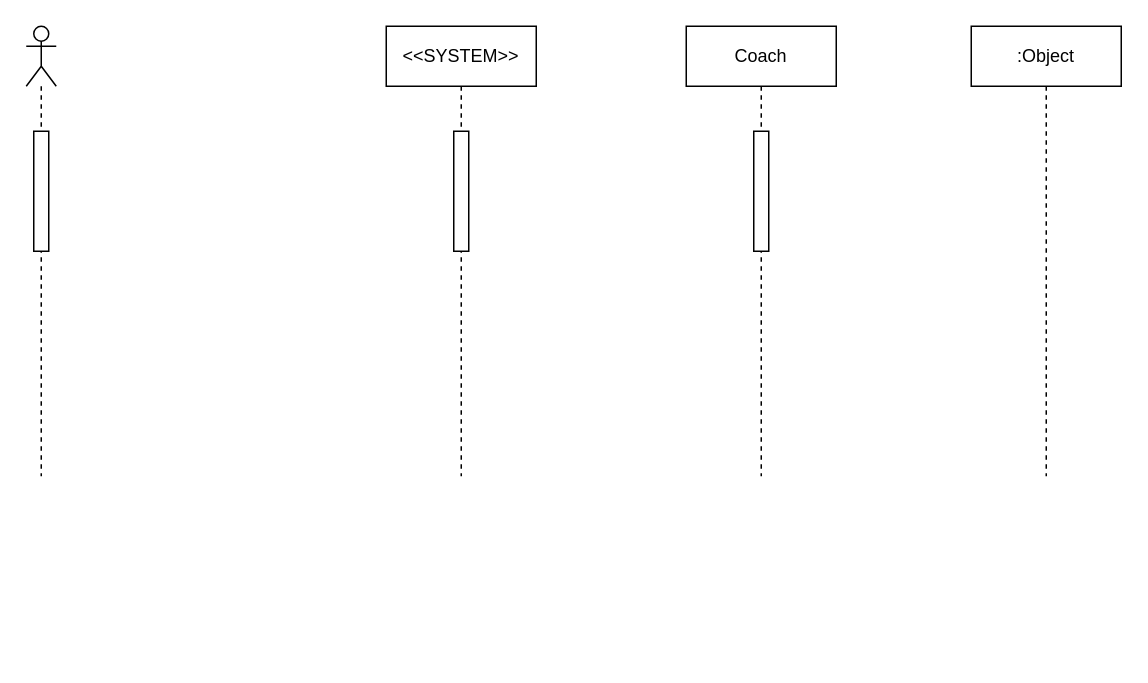
Before: Behavioral Modeling/RequestForProgram_Coach Sequence diagram.drawio in mmohajer9/sama-online-coaching-system, a draw.io diagram. Source tidied: cells renumbered, new cells numbered last; positions are measured from the earlier drawing's top-left corner, leaving out a move shared by most shapes. Both pictures are drawn from the tidied source at 150%, with x=0, y=0 at pixel (26, 26).
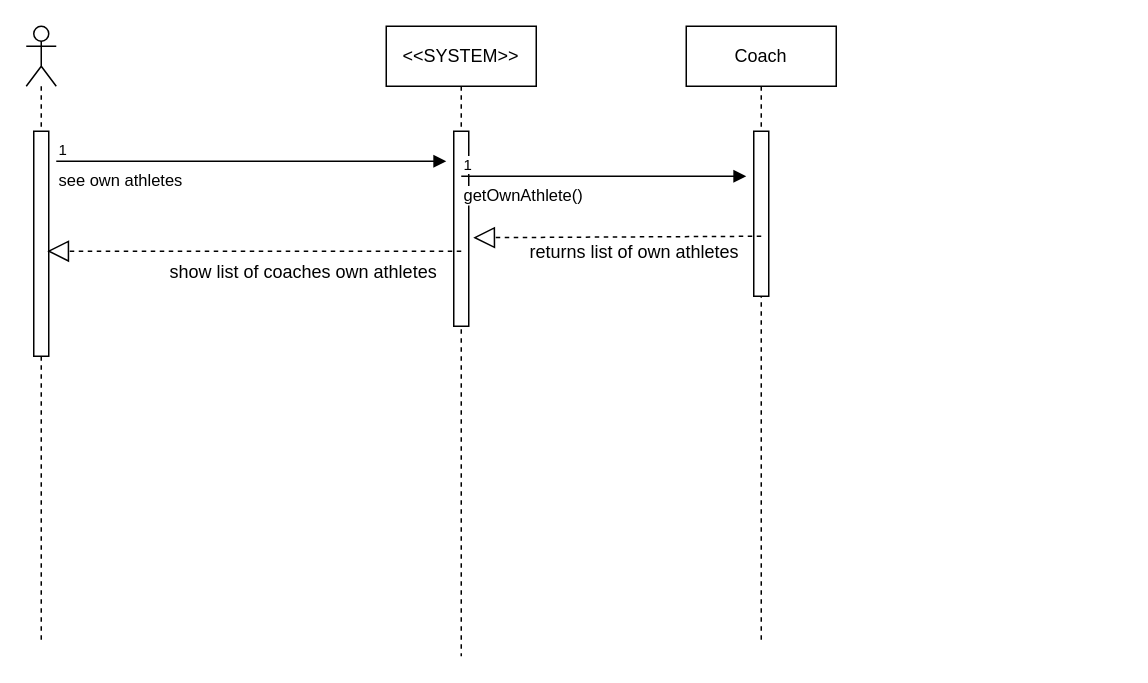
Above is the later version.

What changed in the source:
```diff
@@
 <mxGraphModel>
   <root>
     <mxCell id="0" />
     <mxCell id="1" parent="0" />
     <mxCell id="2" style="shape=umlLifeline;participant=umlActor;perimeter=lifelinePerimeter;whiteSpace=wrap;html=1;verticalAlign=top;spacingTop=36;labelBackgroundColor=#ffffff;" parent="1" vertex="1">
-      <mxGeometry width="20" height="300" as="geometry" />
+      <mxGeometry width="20" height="410" as="geometry" />
     </mxCell>
     <mxCell id="3" style="html=1;points=[];perimeter=orthogonalPerimeter;" parent="2" vertex="1">
-      <mxGeometry x="5" y="70" width="10" height="80" as="geometry" />
+      <mxGeometry x="5" y="70" width="10" height="150" as="geometry" />
     </mxCell>
     <mxCell id="4" value="&amp;lt;&amp;lt;SYSTEM&amp;gt;&amp;gt;" style="shape=umlLifeline;perimeter=lifelinePerimeter;whiteSpace=wrap;html=1;" parent="1" vertex="1">
-      <mxGeometry x="240" width="100" height="300" as="geometry" />
+      <mxGeometry x="240" width="100" height="420" as="geometry" />
     </mxCell>
     <mxCell id="5" style="html=1;points=[];perimeter=orthogonalPerimeter;" parent="4" vertex="1">
-      <mxGeometry x="45" y="70" width="10" height="80" as="geometry" />
+      <mxGeometry x="45" y="70" width="10" height="130" as="geometry" />
     </mxCell>
     <mxCell id="6" value="Coach" style="shape=umlLifeline;perimeter=lifelinePerimeter;whiteSpace=wrap;html=1;" parent="1" vertex="1">
-      <mxGeometry x="440" width="100" height="300" as="geometry" />
+      <mxGeometry x="440" width="100" height="410" as="geometry" />
     </mxCell>
     <mxCell id="7" style="html=1;perimeter=orthogonalPerimeter;" parent="6" vertex="1">
-      <mxGeometry x="45" y="70" width="10" height="80" as="geometry" />
+      <mxGeometry x="45" y="70" width="10" height="110" as="geometry" />
     </mxCell>
-    <mxCell id="8" value=":Object" style="shape=umlLifeline;perimeter=lifelinePerimeter;whiteSpace=wrap;html=1;" parent="1" vertex="1">
-      <mxGeometry x="630" width="100" height="300" as="geometry" />
-    </mxCell>
+    <mxCell id="9" value="see own athletes" style="endArrow=block;endFill=1;html=1;edgeStyle=orthogonalEdgeStyle;align=left;verticalAlign=top;" parent="1" edge="1">
+      <mxGeometry x="-1" relative="1" as="geometry">
+        <mxPoint x="20" y="90" as="sourcePoint" />
+        <mxPoint x="280" y="90" as="targetPoint" />
+      </mxGeometry>
+    </mxCell>
+    <mxCell id="10" value="1" style="html=1;align=left;verticalAlign=bottom;labelBackgroundColor=#ffffff;fontSize=10;" parent="9" vertex="1">
+      <mxGeometry x="-1" relative="1" as="geometry" />
+    </mxCell>
+    <mxCell id="11" value="getOwnAthlete()" style="endArrow=block;endFill=1;html=1;edgeStyle=orthogonalEdgeStyle;align=left;verticalAlign=top;" parent="1" edge="1">
+      <mxGeometry x="-1" relative="1" as="geometry">
+        <mxPoint x="290" y="100" as="sourcePoint" />
+        <mxPoint x="480" y="100" as="targetPoint" />
+      </mxGeometry>
+    </mxCell>
+    <mxCell id="12" value="1" style="html=1;align=left;verticalAlign=bottom;labelBackgroundColor=#ffffff;fontSize=10;" parent="11" vertex="1">
+      <mxGeometry x="-1" relative="1" as="geometry" />
+    </mxCell>
+    <mxCell id="13" style="endArrow=block;dashed=1;endFill=0;endSize=12;html=1;entryX=1.3;entryY=0.546;entryDx=0;entryDy=0;entryPerimeter=0;" parent="1" edge="1" target="5">
+      <mxGeometry relative="1" as="geometry">
+        <mxPoint x="490" y="140" as="sourcePoint" />
+      </mxGeometry>
+    </mxCell>
+    <mxCell id="14" value="returns list of own athletes" style="text;strokeColor=none;fillColor=none;align=left;verticalAlign=top;spacingLeft=4;spacingRight=4;overflow=hidden;" parent="1" vertex="1">
+      <mxGeometry x="330" y="137" width="160" height="26" as="geometry" />
+    </mxCell>
+    <mxCell id="15" style="endArrow=block;dashed=1;endFill=0;endSize=12;html=1;entryX=0.9;entryY=0.533;entryDx=0;entryDy=0;entryPerimeter=0;" parent="1" edge="1" target="3">
+      <mxGeometry relative="1" as="geometry">
+        <mxPoint x="290" y="150" as="sourcePoint" />
+      </mxGeometry>
+    </mxCell>
+    <mxCell id="16" value="show list of coaches own athletes" style="text;strokeColor=none;fillColor=none;align=left;verticalAlign=top;spacingLeft=4;spacingRight=4;overflow=hidden;" parent="1" vertex="1">
+      <mxGeometry x="90" y="150" width="200" height="26" as="geometry" />
+    </mxCell>
   </root>
 </mxGraphModel>
```
